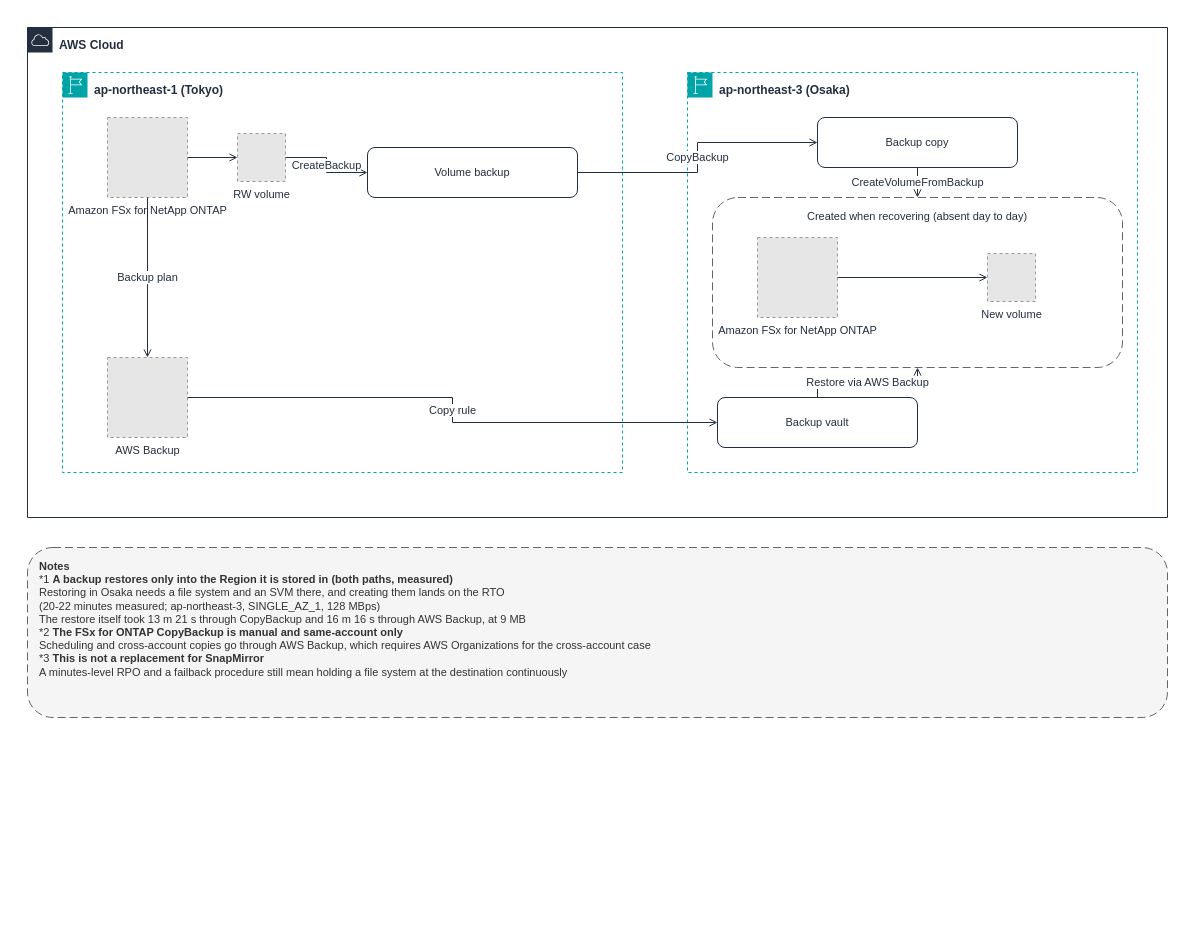
Above: docs/_assets/diagrams/backup-copy-cross-region-en.drawio in Yoshiki0705/FSx-for-ONTAP-Adoption-Playbook (draw.io), before the change. Source tidied: cells renumbered, new cells numbered last; positions are measured from the earlier drawing's top-left corner, leaving out a move shared by most shapes. Both pictures are drawn from the tidied source at 100%, with x=0, y=0 at pixel (27, 27). Pictures stored in the file or linked from it are replaced by grey dashed boxes.
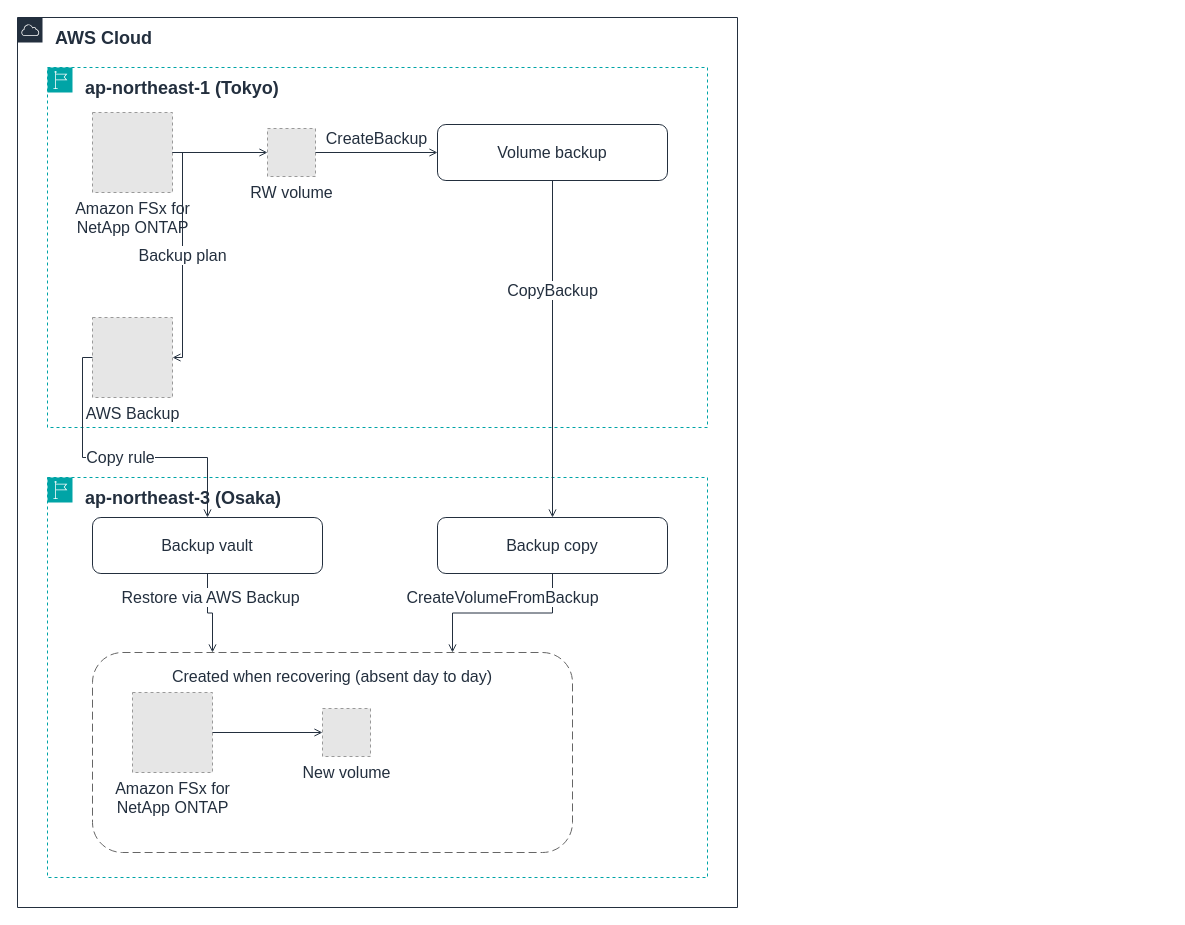
The same page after the edit.

Diff of the diagram source:
```diff
@@
-    <mxCell id="2" value="AWS Cloud" style="gradientColor=none;html=1;whiteSpace=wrap;fontSize=12;fontStyle=1;fontColor=#232F3E;shape=mxgraph.aws4.group;grIcon=mxgraph.aws4.group_aws_cloud;strokeColor=#232F3E;fillColor=none;verticalAlign=top;align=left;spacingLeft=30;spacingTop=4;dashed=0;" parent="1" vertex="1">
-      <mxGeometry width="1140" height="490" as="geometry" />
+    <mxCell id="2" value="AWS Cloud" style="gradientColor=none;html=1;whiteSpace=wrap;fontSize=18;fontStyle=1;fontColor=#232F3E;shape=mxgraph.aws4.group;grIcon=mxgraph.aws4.group_aws_cloud;strokeColor=#232F3E;fillColor=none;verticalAlign=top;align=left;spacingLeft=36;spacingTop=4;dashed=0;" parent="1" vertex="1">
+      <mxGeometry x="-10" y="-10" width="720" height="890" as="geometry" />
     </mxCell>
-    <mxCell id="3" value="ap-northeast-1 (Tokyo)" style="gradientColor=none;html=1;whiteSpace=wrap;fontSize=12;fontStyle=1;fontColor=#232F3E;shape=mxgraph.aws4.group;grIcon=mxgraph.aws4.group_region;strokeColor=#00A4A6;fillColor=none;verticalAlign=top;align=left;spacingLeft=30;spacingTop=4;dashed=1;" parent="1" vertex="1">
-      <mxGeometry x="35" y="45" width="560" height="400" as="geometry" />
+    <mxCell id="3" value="ap-northeast-1 (Tokyo)" style="gradientColor=none;html=1;whiteSpace=wrap;fontSize=18;fontStyle=1;fontColor=#232F3E;shape=mxgraph.aws4.group;grIcon=mxgraph.aws4.group_region;strokeColor=#00A4A6;fillColor=none;verticalAlign=top;align=left;spacingLeft=36;spacingTop=4;dashed=1;" parent="1" vertex="1">
+      <mxGeometry x="20" y="40" width="660" height="360" as="geometry" />
     </mxCell>
-    <mxCell id="4" value="ap-northeast-3 (Osaka)" style="gradientColor=none;html=1;whiteSpace=wrap;fontSize=12;fontStyle=1;fontColor=#232F3E;shape=mxgraph.aws4.group;grIcon=mxgraph.aws4.group_region;strokeColor=#00A4A6;fillColor=none;verticalAlign=top;align=left;spacingLeft=30;spacingTop=4;dashed=1;" parent="1" vertex="1">
-      <mxGeometry x="660" y="45" width="450" height="400" as="geometry" />
+    <mxCell id="4" value="ap-northeast-3 (Osaka)" style="gradientColor=none;html=1;whiteSpace=wrap;fontSize=18;fontStyle=1;fontColor=#232F3E;shape=mxgraph.aws4.group;grIcon=mxgraph.aws4.group_region;strokeColor=#00A4A6;fillColor=none;verticalAlign=top;align=left;spacingLeft=36;spacingTop=4;dashed=1;" parent="1" vertex="1">
+      <mxGeometry x="20" y="450" width="660" height="400" as="geometry" />
     </mxCell>
-    <mxCell id="5" value="Created when recovering (absent day to day)" style="rounded=1;whiteSpace=wrap;html=1;dashed=1;dashPattern=8 4;strokeColor=#666666;fillColor=none;fontColor=#232F3E;fontSize=11;verticalAlign=top;align=center;spacingTop=6;" parent="1" vertex="1">
-      <mxGeometry x="685" y="170" width="410" height="170" as="geometry" />
+    <mxCell id="5" value="Created when recovering (absent day to day)" style="rounded=1;whiteSpace=wrap;html=1;dashed=1;dashPattern=8 4;strokeColor=#666666;fillColor=none;fontColor=#232F3E;fontSize=16;verticalAlign=top;align=center;spacingTop=8;" parent="1" vertex="1">
+      <mxGeometry x="65" y="625" width="480" height="200" as="geometry" />
     </mxCell>
-    <mxCell id="6" value="Volume backup" style="rounded=1;whiteSpace=wrap;html=1;strokeColor=#232F3E;fillColor=none;fontColor=#232F3E;fontSize=11;verticalAlign=middle;align=center;" parent="1" vertex="1">
-      <mxGeometry x="340" y="120" width="210" height="50" as="geometry" />
+    <mxCell id="6" value="Volume backup" style="rounded=1;whiteSpace=wrap;html=1;strokeColor=#232F3E;fillColor=none;fontColor=#232F3E;fontSize=16;verticalAlign=middle;align=center;" parent="1" vertex="1">
+      <mxGeometry x="410" y="97" width="230" height="56" as="geometry" />
     </mxCell>
-    <mxCell id="7" value="Backup copy" style="rounded=1;whiteSpace=wrap;html=1;strokeColor=#232F3E;fillColor=none;fontColor=#232F3E;fontSize=11;verticalAlign=middle;align=center;" parent="1" vertex="1">
-      <mxGeometry x="790" y="90" width="200" height="50" as="geometry" />
+    <mxCell id="7" value="Backup copy" style="rounded=1;whiteSpace=wrap;html=1;strokeColor=#232F3E;fillColor=none;fontColor=#232F3E;fontSize=16;verticalAlign=middle;align=center;" parent="1" vertex="1">
+      <mxGeometry x="410" y="490" width="230" height="56" as="geometry" />
     </mxCell>
-    <mxCell id="8" value="Backup vault" style="rounded=1;whiteSpace=wrap;html=1;strokeColor=#232F3E;fillColor=none;fontColor=#232F3E;fontSize=11;verticalAlign=middle;align=center;" parent="1" vertex="1">
-      <mxGeometry x="690" y="370" width="200" height="50" as="geometry" />
+    <mxCell id="8" value="Backup vault" style="rounded=1;whiteSpace=wrap;html=1;strokeColor=#232F3E;fillColor=none;fontColor=#232F3E;fontSize=16;verticalAlign=middle;align=center;" parent="1" vertex="1">
+      <mxGeometry x="65" y="490" width="230" height="56" as="geometry" />
     </mxCell>
-    <mxCell id="9" value="Amazon FSx for NetApp ONTAP" style="fillColor=#E6E6E6;strokeColor=#999999;dashed=1;html=1;verticalLabelPosition=bottom;verticalAlign=top;labelPosition=center;align=center;fontSize=11;fontColor=#232F3E;" parent="1" vertex="1">
-      <mxGeometry x="80" y="90" width="80" height="80" as="geometry" />
+    <mxCell id="9" value="Amazon FSx for&lt;br&gt;NetApp ONTAP" style="fillColor=#E6E6E6;strokeColor=#999999;dashed=1;html=1;verticalLabelPosition=bottom;verticalAlign=top;labelPosition=center;align=center;fontSize=16;fontColor=#232F3E;" parent="1" vertex="1">
+      <mxGeometry x="65" y="85" width="80" height="80" as="geometry" />
     </mxCell>
-    <mxCell id="10" value="RW volume" style="fillColor=#E6E6E6;strokeColor=#999999;dashed=1;html=1;verticalLabelPosition=bottom;verticalAlign=top;labelPosition=center;align=center;fontSize=11;fontColor=#232F3E;" parent="1" vertex="1">
-      <mxGeometry x="210" y="106" width="48" height="48" as="geometry" />
+    <mxCell id="10" value="RW volume" style="fillColor=#E6E6E6;strokeColor=#999999;dashed=1;html=1;verticalLabelPosition=bottom;verticalAlign=top;labelPosition=center;align=center;fontSize=16;fontColor=#232F3E;" parent="1" vertex="1">
+      <mxGeometry x="240" y="101" width="48" height="48" as="geometry" />
     </mxCell>
-    <mxCell id="11" value="AWS Backup" style="fillColor=#E6E6E6;strokeColor=#999999;dashed=1;html=1;verticalLabelPosition=bottom;verticalAlign=top;labelPosition=center;align=center;fontSize=11;fontColor=#232F3E;" parent="1" vertex="1">
-      <mxGeometry x="80" y="330" width="80" height="80" as="geometry" />
+    <mxCell id="11" value="AWS Backup" style="fillColor=#E6E6E6;strokeColor=#999999;dashed=1;html=1;verticalLabelPosition=bottom;verticalAlign=top;labelPosition=center;align=center;fontSize=16;fontColor=#232F3E;" parent="1" vertex="1">
+      <mxGeometry x="65" y="290" width="80" height="80" as="geometry" />
     </mxCell>
-    <mxCell id="12" value="Amazon FSx for NetApp ONTAP" style="fillColor=#E6E6E6;strokeColor=#999999;dashed=1;html=1;verticalLabelPosition=bottom;verticalAlign=top;labelPosition=center;align=center;fontSize=11;fontColor=#232F3E;" parent="1" vertex="1">
-      <mxGeometry x="730" y="210" width="80" height="80" as="geometry" />
+    <mxCell id="12" value="Amazon FSx for&lt;br&gt;NetApp ONTAP" style="fillColor=#E6E6E6;strokeColor=#999999;dashed=1;html=1;verticalLabelPosition=bottom;verticalAlign=top;labelPosition=center;align=center;fontSize=16;fontColor=#232F3E;" parent="1" vertex="1">
+      <mxGeometry x="105" y="665" width="80" height="80" as="geometry" />
     </mxCell>
-    <mxCell id="13" value="New volume" style="fillColor=#E6E6E6;strokeColor=#999999;dashed=1;html=1;verticalLabelPosition=bottom;verticalAlign=top;labelPosition=center;align=center;fontSize=11;fontColor=#232F3E;" parent="1" vertex="1">
-      <mxGeometry x="960" y="226" width="48" height="48" as="geometry" />
+    <mxCell id="13" value="New volume" style="fillColor=#E6E6E6;strokeColor=#999999;dashed=1;html=1;verticalLabelPosition=bottom;verticalAlign=top;labelPosition=center;align=center;fontSize=16;fontColor=#232F3E;" parent="1" vertex="1">
+      <mxGeometry x="295" y="681" width="48" height="48" as="geometry" />
     </mxCell>
-    <mxCell id="14" style="edgeStyle=orthogonalEdgeStyle;rounded=0;html=1;endArrow=open;endFill=0;strokeColor=#232F3E;strokeWidth=1;fontSize=11;fontColor=#232F3E;labelBackgroundColor=#FFFFFF;" parent="1" edge="1" source="9" target="10">
+    <mxCell id="14" style="edgeStyle=orthogonalEdgeStyle;rounded=0;html=1;endArrow=open;endFill=0;strokeColor=#232F3E;strokeWidth=1;fontSize=16;fontColor=#232F3E;labelBackgroundColor=#FFFFFF;" parent="1" edge="1" source="9" target="10">
       <mxGeometry relative="1" as="geometry" />
     </mxCell>
-    <mxCell id="15" value="CreateBackup" style="edgeStyle=orthogonalEdgeStyle;rounded=0;html=1;endArrow=open;endFill=0;strokeColor=#232F3E;strokeWidth=1;fontSize=11;fontColor=#232F3E;labelBackgroundColor=#FFFFFF;" parent="1" edge="1" source="10" target="6">
-      <mxGeometry relative="1" as="geometry" />
+    <mxCell id="15" value="CreateBackup" style="edgeStyle=orthogonalEdgeStyle;rounded=0;html=1;endArrow=open;endFill=0;strokeColor=#232F3E;strokeWidth=1;fontSize=16;fontColor=#232F3E;labelBackgroundColor=#FFFFFF;" parent="1" edge="1" source="10" target="6">
+      <mxGeometry relative="1" as="geometry">
+        <mxPoint y="-14" as="offset" />
+      </mxGeometry>
     </mxCell>
-    <mxCell id="16" value="CopyBackup" style="edgeStyle=orthogonalEdgeStyle;rounded=0;html=1;endArrow=open;endFill=0;strokeColor=#232F3E;strokeWidth=1;fontSize=11;fontColor=#232F3E;labelBackgroundColor=#FFFFFF;" parent="1" edge="1" source="6" target="7">
-      <mxGeometry relative="1" as="geometry" />
+    <mxCell id="16" value="CopyBackup" style="edgeStyle=orthogonalEdgeStyle;rounded=0;html=1;endArrow=open;endFill=0;strokeColor=#232F3E;strokeWidth=1;fontSize=16;fontColor=#232F3E;labelBackgroundColor=#FFFFFF;exitX=0.5;exitY=1.0;exitDx=0;exitDy=0;entryX=0.5;entryY=0.0;entryDx=0;entryDy=0;" parent="1" edge="1" source="6" target="7">
+      <mxGeometry x="-0.35" relative="1" as="geometry" />
     </mxCell>
-    <mxCell id="17" value="Backup plan" style="edgeStyle=orthogonalEdgeStyle;rounded=0;html=1;endArrow=open;endFill=0;strokeColor=#232F3E;strokeWidth=1;fontSize=11;fontColor=#232F3E;labelBackgroundColor=#FFFFFF;" parent="1" edge="1" source="9" target="11">
+    <mxCell id="17" value="Backup plan" style="edgeStyle=orthogonalEdgeStyle;rounded=0;html=1;endArrow=open;endFill=0;strokeColor=#232F3E;strokeWidth=1;fontSize=16;fontColor=#232F3E;labelBackgroundColor=#FFFFFF;exitX=1.0;exitY=0.5;exitDx=0;exitDy=0;entryX=1.0;entryY=0.5;entryDx=0;entryDy=0;" parent="1" edge="1" source="9" target="11">
       <mxGeometry relative="1" as="geometry" />
     </mxCell>
-    <mxCell id="18" value="Copy rule" style="edgeStyle=orthogonalEdgeStyle;rounded=0;html=1;endArrow=open;endFill=0;strokeColor=#232F3E;strokeWidth=1;fontSize=11;fontColor=#232F3E;labelBackgroundColor=#FFFFFF;" parent="1" edge="1" source="11" target="8">
+    <mxCell id="18" value="Copy rule" style="edgeStyle=orthogonalEdgeStyle;rounded=0;html=1;endArrow=open;endFill=0;strokeColor=#232F3E;strokeWidth=1;fontSize=16;fontColor=#232F3E;labelBackgroundColor=#FFFFFF;exitX=0.0;exitY=0.5;exitDx=0;exitDy=0;entryX=0.5;entryY=0.0;entryDx=0;entryDy=0;" parent="1" edge="1" source="11" target="8">
       <mxGeometry relative="1" as="geometry" />
     </mxCell>
-    <mxCell id="19" value="CreateVolumeFromBackup" style="edgeStyle=orthogonalEdgeStyle;rounded=0;html=1;endArrow=open;endFill=0;strokeColor=#232F3E;strokeWidth=1;fontSize=11;fontColor=#232F3E;labelBackgroundColor=#FFFFFF;exitX=0.5;exitY=1.0;exitDx=0;exitDy=0;entryX=0.5;entryY=0.0;entryDx=0;entryDy=0;" parent="1" edge="1" source="7" target="5">
-      <mxGeometry relative="1" as="geometry" />
+    <mxCell id="19" value="CreateVolumeFromBackup" style="edgeStyle=orthogonalEdgeStyle;rounded=0;html=1;endArrow=open;endFill=0;strokeColor=#232F3E;strokeWidth=1;fontSize=16;fontColor=#232F3E;labelBackgroundColor=#FFFFFF;exitX=0.5;exitY=1.0;exitDx=0;exitDy=0;entryX=0.75;entryY=0.0;entryDx=0;entryDy=0;" parent="1" edge="1" source="7" target="5">
+      <mxGeometry relative="1" as="geometry">
+        <mxPoint y="-16" as="offset" />
+      </mxGeometry>
     </mxCell>
-    <mxCell id="20" value="Restore via AWS Backup" style="edgeStyle=orthogonalEdgeStyle;rounded=0;html=1;endArrow=open;endFill=0;strokeColor=#232F3E;strokeWidth=1;fontSize=11;fontColor=#232F3E;labelBackgroundColor=#FFFFFF;exitX=0.5;exitY=0.0;exitDx=0;exitDy=0;entryX=0.5;entryY=1.0;entryDx=0;entryDy=0;" parent="1" edge="1" source="8" target="5">
-      <mxGeometry relative="1" as="geometry" />
+    <mxCell id="20" value="Restore via AWS Backup" style="edgeStyle=orthogonalEdgeStyle;rounded=0;html=1;endArrow=open;endFill=0;strokeColor=#232F3E;strokeWidth=1;fontSize=16;fontColor=#232F3E;labelBackgroundColor=#FFFFFF;exitX=0.5;exitY=1.0;exitDx=0;exitDy=0;entryX=0.25;entryY=0.0;entryDx=0;entryDy=0;" parent="1" edge="1" source="8" target="5">
+      <mxGeometry relative="1" as="geometry">
+        <mxPoint y="-16" as="offset" />
+      </mxGeometry>
     </mxCell>
-    <mxCell id="21" style="edgeStyle=orthogonalEdgeStyle;rounded=0;html=1;endArrow=open;endFill=0;strokeColor=#232F3E;strokeWidth=1;fontSize=11;fontColor=#232F3E;labelBackgroundColor=#FFFFFF;" parent="1" edge="1" source="12" target="13">
+    <mxCell id="21" style="edgeStyle=orthogonalEdgeStyle;rounded=0;html=1;endArrow=open;endFill=0;strokeColor=#232F3E;strokeWidth=1;fontSize=16;fontColor=#232F3E;labelBackgroundColor=#FFFFFF;" parent="1" edge="1" source="12" target="13">
       <mxGeometry relative="1" as="geometry" />
     </mxCell>
-    <mxCell id="22" value="&lt;b&gt;Notes&lt;/b&gt;&lt;br&gt;*1 &lt;b&gt;A backup restores only into the Region it is stored in (both paths, measured)&lt;/b&gt;&lt;br&gt;Restoring in Osaka needs a file system and an SVM there, and creating them lands on the RTO&lt;br&gt;(20-22 minutes measured; ap-northeast-3, SINGLE_AZ_1, 128 MBps)&lt;br&gt;The restore itself took 13 m 21 s through CopyBackup and 16 m 16 s through AWS Backup, at 9 MB&lt;br&gt;*2 &lt;b&gt;The FSx for ONTAP CopyBackup is manual and same-account only&lt;/b&gt;&lt;br&gt;Scheduling and cross-account copies go through AWS Backup, which requires AWS Organizations for the cross-account case&lt;br&gt;*3 &lt;b&gt;This is not a replacement for SnapMirror&lt;/b&gt;&lt;br&gt;A minutes-level RPO and a failback procedure still mean holding a file system at the destination continuously" style="rounded=1;whiteSpace=wrap;html=1;dashed=1;dashPattern=8 4;strokeColor=#666666;fillColor=#F5F5F5;fontColor=#333333;fontSize=11;align=left;verticalAlign=top;spacingLeft=10;spacingTop=6;" parent="1" vertex="1">
-      <mxGeometry y="520" width="1140" height="170" as="geometry" />
-    </mxCell>
```
